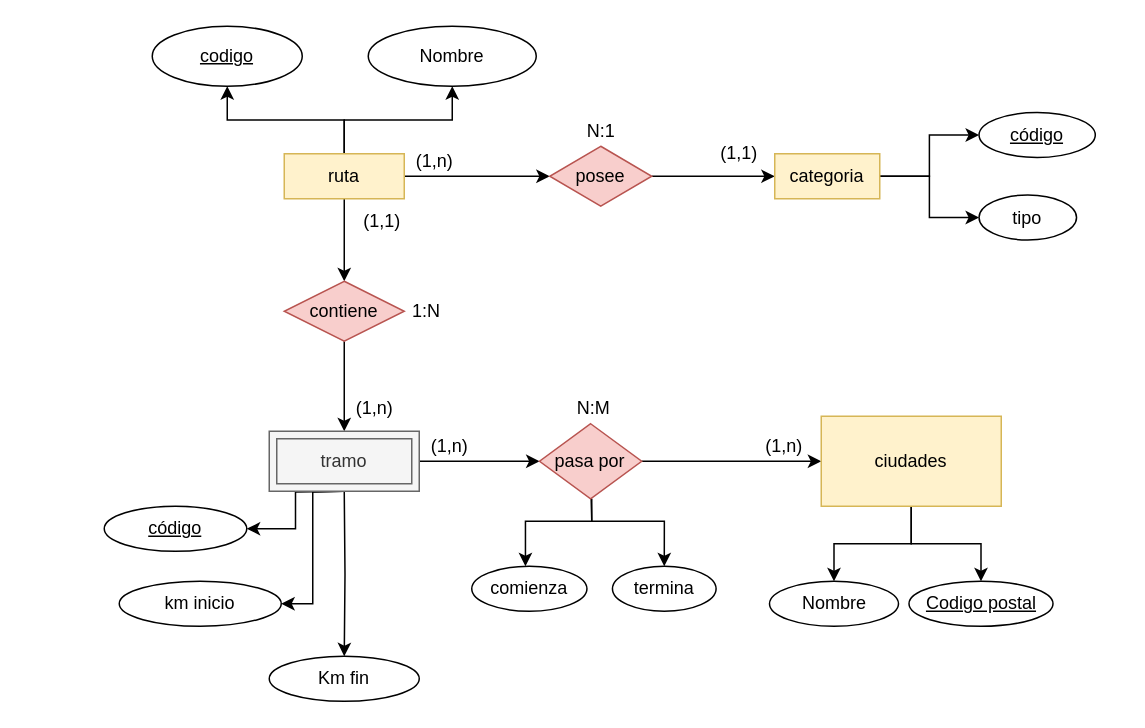
RamaAlves/base-de-datos keeps this draw.io diagram as Diagrama rutas info.drawio. Above is the earlier version. Source tidied: cells renumbered, new cells numbered last; positions are measured from the earlier drawing's top-left corner, leaving out a move shared by most shapes. Both pictures are drawn from the tidied source at 150%, with x=0, y=0 at pixel (104, 26).
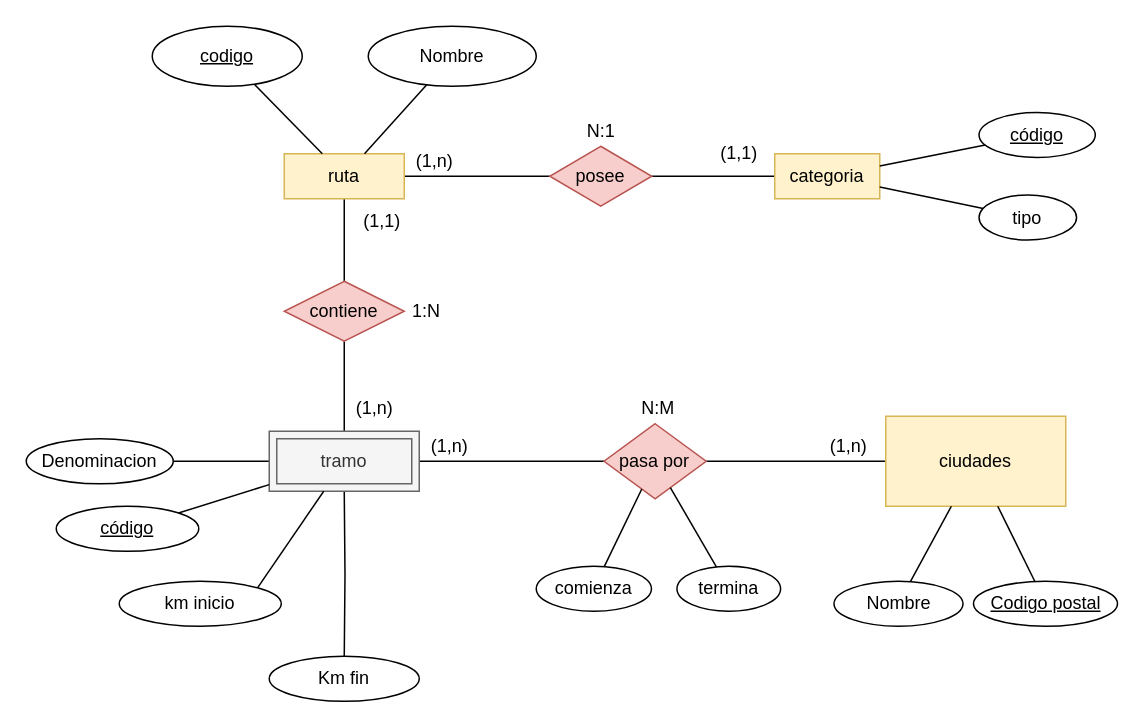
Above is the later version.

The change refers to these unchanged cells:
```xml
<mxCell id="6" value="ruta" style="whiteSpace=wrap;html=1;align=center;fillColor=#fff2cc;strokeColor=#d6b656;" parent="1" vertex="1">
  <mxGeometry x="120" y="85" width="80" height="30" as="geometry" />
</mxCell>
<mxCell id="7" value="codigo" style="ellipse;whiteSpace=wrap;html=1;align=center;fontStyle=4;" parent="1" vertex="1">
  <mxGeometry x="32" width="100" height="40" as="geometry" />
</mxCell>
<mxCell id="9" value="contiene" style="shape=rhombus;perimeter=rhombusPerimeter;whiteSpace=wrap;html=1;align=center;fillColor=#f8cecc;strokeColor=#b85450;" parent="1" vertex="1">
  <mxGeometry x="120" y="170" width="80" height="40" as="geometry" />
</mxCell>
<mxCell id="12" value="km inicio" style="ellipse;whiteSpace=wrap;html=1;" parent="1" vertex="1">
  <mxGeometry x="10" y="370" width="108" height="30" as="geometry" />
</mxCell>
<mxCell id="13" value="Km fin" style="ellipse;whiteSpace=wrap;html=1;" parent="1" vertex="1">
  <mxGeometry x="110" y="420" width="100" height="30" as="geometry" />
</mxCell>
<mxCell id="18" value="tramo" style="shape=ext;margin=3;double=1;whiteSpace=wrap;html=1;align=center;fillColor=#f5f5f5;fontColor=#333333;strokeColor=#666666;" parent="1" vertex="1">
  <mxGeometry x="110" y="270" width="100" height="40" as="geometry" />
</mxCell>
<mxCell id="35" value="posee" style="rhombus;whiteSpace=wrap;html=1;labelBackgroundColor=none;fillColor=#f8cecc;strokeColor=#b85450;" parent="1" vertex="1">
  <mxGeometry x="297" y="80" width="68" height="40" as="geometry" />
</mxCell>
<mxCell id="38" value="categoria" style="whiteSpace=wrap;html=1;fillColor=#fff2cc;strokeColor=#d6b656;" parent="1" vertex="1">
  <mxGeometry x="447" y="85" width="70" height="30" as="geometry" />
</mxCell>
<mxCell id="39" value="tipo" style="ellipse;whiteSpace=wrap;html=1;" parent="1" vertex="1">
  <mxGeometry x="583.2" y="112.5" width="65" height="30" as="geometry" />
</mxCell>
<mxCell id="40" value="Nombre" style="ellipse;whiteSpace=wrap;html=1;" parent="1" vertex="1">
  <mxGeometry x="176" width="112" height="40" as="geometry" />
</mxCell>
<mxCell id="41" value="código" style="ellipse;whiteSpace=wrap;html=1;align=center;fontStyle=4;" parent="1" vertex="1">
  <mxGeometry x="583.2" y="57.5" width="77.5" height="30" as="geometry" />
</mxCell>
```

What changed in the source:
```diff
@@
-    <mxCell id="2" style="edgeStyle=orthogonalEdgeStyle;rounded=0;jettySize=auto;html=1;exitX=0.5;exitY=0;exitDx=0;exitDy=0;" parent="1" edge="1" source="6" target="7">
-      <mxGeometry relative="1" as="geometry" />
-    </mxCell>
-    <mxCell id="3" style="edgeStyle=orthogonalEdgeStyle;rounded=0;jettySize=auto;html=1;" parent="1" edge="1" source="6" target="9">
+    <mxCell id="3" style="edgeStyle=orthogonalEdgeStyle;rounded=0;jettySize=auto;html=1;endArrow=none;endFill=0;" parent="1" edge="1" source="6" target="9">
       <mxGeometry relative="1" as="geometry" />
     </mxCell>
-    <mxCell id="4" style="edgeStyle=orthogonalEdgeStyle;rounded=0;jettySize=auto;html=1;" parent="1" edge="1" source="6" target="35">
+    <mxCell id="4" style="edgeStyle=orthogonalEdgeStyle;rounded=0;jettySize=auto;html=1;endArrow=none;endFill=0;" parent="1" edge="1" source="6" target="35">
       <mxGeometry relative="1" as="geometry" />
     </mxCell>
-    <mxCell id="5" style="edgeStyle=orthogonalEdgeStyle;rounded=0;jettySize=auto;html=1;" parent="1" edge="1" source="6" target="40">
-      <mxGeometry relative="1" as="geometry" />
-    </mxCell>
@@
-    <mxCell id="8" style="edgeStyle=orthogonalEdgeStyle;rounded=0;jettySize=auto;html=1;entryX=0.5;entryY=0;entryDx=0;entryDy=0;" parent="1" edge="1" source="9" target="18">
+    <mxCell id="8" style="edgeStyle=orthogonalEdgeStyle;rounded=0;jettySize=auto;html=1;entryX=0.5;entryY=0;entryDx=0;entryDy=0;endArrow=none;endFill=0;" parent="1" edge="1" source="9" target="18">
       <mxGeometry relative="1" as="geometry" />
     </mxCell>
@@
-    <mxCell id="14" style="edgeStyle=orthogonalEdgeStyle;rounded=0;jettySize=auto;html=1;" parent="1" edge="1" source="18" target="22">
+    <mxCell id="14" style="edgeStyle=orthogonalEdgeStyle;rounded=0;jettySize=auto;html=1;endArrow=none;endFill=0;" parent="1" edge="1" source="18" target="22">
       <mxGeometry relative="1" as="geometry" />
     </mxCell>
-    <mxCell id="15" style="edgeStyle=orthogonalEdgeStyle;rounded=0;jettySize=auto;html=1;exitX=0;exitY=1;exitDx=0;exitDy=0;" parent="1" edge="1" target="13">
+    <mxCell id="15" style="edgeStyle=orthogonalEdgeStyle;rounded=0;jettySize=auto;html=1;exitX=0;exitY=1;exitDx=0;exitDy=0;endArrow=none;endFill=0;" parent="1" edge="1" target="13">
       <mxGeometry relative="1" as="geometry">
         <mxPoint x="160" y="310" as="sourcePoint" />
       </mxGeometry>
     </mxCell>
-    <mxCell id="16" style="edgeStyle=orthogonalEdgeStyle;rounded=0;jettySize=auto;html=1;exitX=0;exitY=1;exitDx=0;exitDy=0;entryX=1;entryY=0.5;entryDx=0;entryDy=0;" parent="1" edge="1" target="32">
-      <mxGeometry relative="1" as="geometry">
-        <mxPoint x="160" y="310" as="sourcePoint" />
-      </mxGeometry>
-    </mxCell>
-    <mxCell id="17" style="edgeStyle=orthogonalEdgeStyle;rounded=0;jettySize=auto;html=1;exitX=0;exitY=1;exitDx=0;exitDy=0;entryX=1;entryY=0.5;entryDx=0;entryDy=0;" parent="1" edge="1" target="12">
-      <mxGeometry relative="1" as="geometry">
-        <mxPoint x="160" y="310" as="sourcePoint" />
-      </mxGeometry>
-    </mxCell>
+    <mxCell id="46" style="edgeStyle=orthogonalEdgeStyle;rounded=0;jettySize=auto;html=1;endArrow=none;endFill=0;" parent="1" edge="1" source="18" target="55">
+      <mxGeometry relative="1" as="geometry" />
+    </mxCell>
@@
-    <mxCell id="19" style="edgeStyle=orthogonalEdgeStyle;rounded=0;jettySize=auto;html=1;" parent="1" edge="1" source="22" target="25">
+    <mxCell id="19" style="edgeStyle=orthogonalEdgeStyle;rounded=0;jettySize=auto;html=1;endArrow=none;endFill=0;" parent="1" edge="1" source="22" target="25">
       <mxGeometry relative="1" as="geometry" />
     </mxCell>
-    <mxCell id="20" style="edgeStyle=orthogonalEdgeStyle;rounded=0;jettySize=auto;html=1;exitX=0.5;exitY=1;exitDx=0;exitDy=0;" parent="1" edge="1" source="22" target="30">
-      <mxGeometry relative="1" as="geometry">
-        <Array as="points">
-          <mxPoint x="324" y="303" />
-          <mxPoint x="325" y="330" />
-          <mxPoint x="373" y="330" />
-        </Array>
-      </mxGeometry>
-    </mxCell>
-    <mxCell id="21" style="edgeStyle=orthogonalEdgeStyle;rounded=0;jettySize=auto;html=1;exitX=0.5;exitY=1;exitDx=0;exitDy=0;" parent="1" edge="1" target="31">
-      <mxGeometry relative="1" as="geometry">
-        <mxPoint x="325" y="315" as="sourcePoint" />
-        <Array as="points">
-          <mxPoint x="324.8" y="330" />
-          <mxPoint x="280.8" y="330" />
-        </Array>
-      </mxGeometry>
-    </mxCell>
     <mxCell id="22" value="pasa por" style="rhombus;whiteSpace=wrap;html=1;fillColor=#f8cecc;strokeColor=#b85450;" parent="1" vertex="1">
-      <mxGeometry x="290.2" y="265" width="68.1" height="50" as="geometry" />
+      <mxGeometry x="333.2" y="265" width="68.1" height="50" as="geometry" />
     </mxCell>
-    <mxCell id="23" style="edgeStyle=orthogonalEdgeStyle;rounded=0;jettySize=auto;html=1;" parent="1" edge="1" source="25" target="27">
-      <mxGeometry relative="1" as="geometry" />
-    </mxCell>
-    <mxCell id="24" style="edgeStyle=orthogonalEdgeStyle;rounded=0;jettySize=auto;html=1;" parent="1" edge="1" source="25" target="28">
-      <mxGeometry relative="1" as="geometry" />
-    </mxCell>
     <mxCell id="25" value="ciudades" style="whiteSpace=wrap;html=1;fillColor=#fff2cc;strokeColor=#d6b656;" parent="1" vertex="1">
-      <mxGeometry x="478" y="260" width="120" height="60" as="geometry" />
+      <mxGeometry x="521" y="260" width="120" height="60" as="geometry" />
     </mxCell>
     <mxCell id="26" value="(1,n)" style="text;html=1;align=center;verticalAlign=middle;strokeColor=none;fillColor=none;" parent="1" vertex="1">
-      <mxGeometry x="428" y="265" width="50" height="30" as="geometry" />
+      <mxGeometry x="471" y="265" width="50" height="30" as="geometry" />
     </mxCell>
     <mxCell id="27" value="Nombre" style="ellipse;whiteSpace=wrap;html=1;align=center;" parent="1" vertex="1">
-      <mxGeometry x="443.5" y="370" width="86" height="30" as="geometry" />
+      <mxGeometry x="486.5" y="370" width="86" height="30" as="geometry" />
     </mxCell>
     <mxCell id="28" value="Codigo postal" style="ellipse;whiteSpace=wrap;html=1;align=center;fontStyle=4;" parent="1" vertex="1">
-      <mxGeometry x="536.5" y="370" width="96" height="30" as="geometry" />
+      <mxGeometry x="579.5" y="370" width="96" height="30" as="geometry" />
     </mxCell>
@@
     <mxCell id="30" value="termina" style="ellipse;whiteSpace=wrap;html=1;" parent="1" vertex="1">
-      <mxGeometry x="338.8" y="360" width="69.1" height="30" as="geometry" />
+      <mxGeometry x="381.8" y="360" width="69.1" height="30" as="geometry" />
     </mxCell>
     <mxCell id="31" value="comienza" style="ellipse;whiteSpace=wrap;html=1;" parent="1" vertex="1">
-      <mxGeometry x="245" y="360" width="76.8" height="30" as="geometry" />
+      <mxGeometry x="288" y="360" width="76.8" height="30" as="geometry" />
     </mxCell>
     <mxCell id="32" value="código" style="ellipse;whiteSpace=wrap;html=1;align=center;fontStyle=4;" parent="1" vertex="1">
-      <mxGeometry y="320" width="95" height="30" as="geometry" />
+      <mxGeometry x="-32" y="320" width="95" height="30" as="geometry" />
     </mxCell>
@@
-    <mxCell id="34" style="edgeStyle=orthogonalEdgeStyle;rounded=0;jettySize=auto;html=1;" parent="1" edge="1" source="35" target="38">
+    <mxCell id="34" style="edgeStyle=orthogonalEdgeStyle;rounded=0;jettySize=auto;html=1;endArrow=none;endFill=0;" parent="1" edge="1" source="35" target="38">
       <mxGeometry relative="1" as="geometry" />
     </mxCell>
@@
-    <mxCell id="36" style="edgeStyle=orthogonalEdgeStyle;rounded=0;jettySize=auto;html=1;" parent="1" edge="1" source="38" target="39">
-      <mxGeometry relative="1" as="geometry" />
-    </mxCell>
-    <mxCell id="37" style="edgeStyle=orthogonalEdgeStyle;rounded=0;jettySize=auto;html=1;exitX=1;exitY=0.5;exitDx=0;exitDy=0;entryX=0;entryY=0.5;entryDx=0;entryDy=0;" parent="1" edge="1" source="38" target="41">
-      <mxGeometry relative="1" as="geometry" />
-    </mxCell>
@@
     <mxCell id="45" value="N:M" style="text;html=1;align=center;verticalAlign=middle;strokeColor=none;fillColor=none;" parent="1" vertex="1">
-      <mxGeometry x="301.4" y="240" width="50" height="30" as="geometry" />
+      <mxGeometry x="344.4" y="240" width="50" height="30" as="geometry" />
     </mxCell>
+    <mxCell id="47" style="endArrow=none;html=1;rounded=0;" parent="1" edge="1" source="31" target="22">
+      <mxGeometry relative="1" as="geometry" />
+    </mxCell>
+    <mxCell id="48" style="endArrow=none;html=1;rounded=0;" parent="1" edge="1" source="30" target="22">
+      <mxGeometry relative="1" as="geometry" />
+    </mxCell>
+    <mxCell id="49" style="endArrow=none;html=1;rounded=0;" parent="1" edge="1" source="27" target="25">
+      <mxGeometry relative="1" as="geometry" />
+    </mxCell>
+    <mxCell id="50" style="endArrow=none;html=1;rounded=0;" parent="1" edge="1" source="28" target="25">
+      <mxGeometry relative="1" as="geometry" />
+    </mxCell>
+    <mxCell id="51" style="endArrow=none;html=1;rounded=0;exitX=1;exitY=0;exitDx=0;exitDy=0;" parent="1" edge="1" source="12" target="18">
+      <mxGeometry relative="1" as="geometry" />
+    </mxCell>
+    <mxCell id="52" style="endArrow=none;html=1;rounded=0;" parent="1" edge="1" source="32" target="18">
+      <mxGeometry relative="1" as="geometry" />
+    </mxCell>
+    <mxCell id="53" style="endArrow=none;html=1;rounded=0;" parent="1" edge="1" source="7" target="6">
+      <mxGeometry relative="1" as="geometry" />
+    </mxCell>
+    <mxCell id="54" style="endArrow=none;html=1;rounded=0;" parent="1" edge="1" source="40" target="6">
+      <mxGeometry relative="1" as="geometry" />
+    </mxCell>
+    <mxCell id="36" style="endArrow=none;html=1;rounded=0;" parent="1" edge="1" source="38" target="39">
+      <mxGeometry relative="1" as="geometry" />
+    </mxCell>
+    <mxCell id="37" style="endArrow=none;html=1;rounded=0;" parent="1" edge="1" source="38" target="41">
+      <mxGeometry relative="1" as="geometry" />
+    </mxCell>
+    <mxCell id="55" value="Denominacion" style="ellipse;whiteSpace=wrap;html=1;" parent="1" vertex="1">
+      <mxGeometry x="-52" y="275" width="98" height="30" as="geometry" />
+    </mxCell>
```
